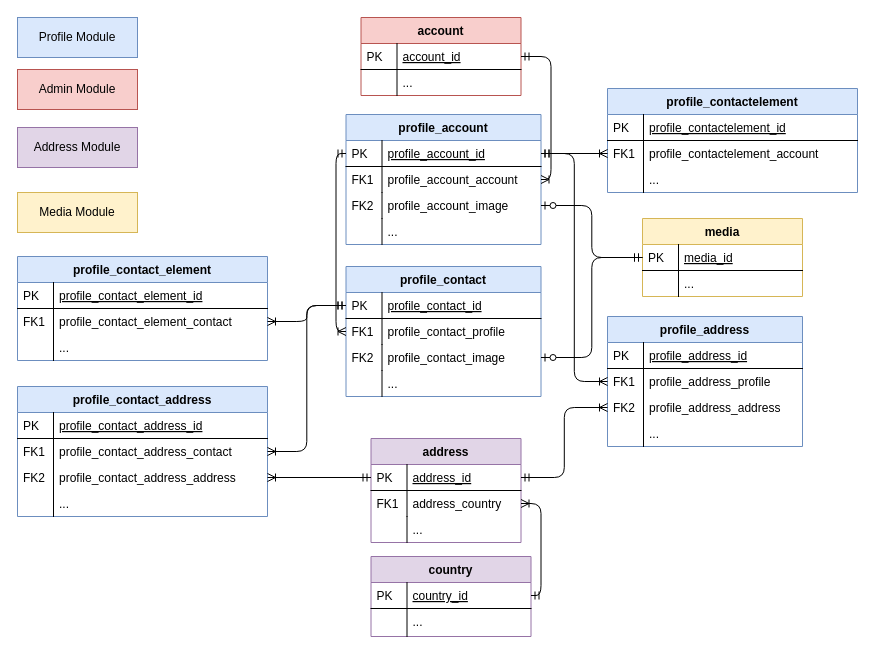
Earlier version of the draw.io diagram page "profile" (3 of 7) of app/UML.drawio (Karaka-Management/Assets). Source tidied: cells renumbered, new cells numbered last; positions are measured from the earlier drawing's top-left corner, leaving out a move shared by most shapes. Both pictures are drawn from the tidied source at 100%, with x=0, y=0 at pixel (17, 17).
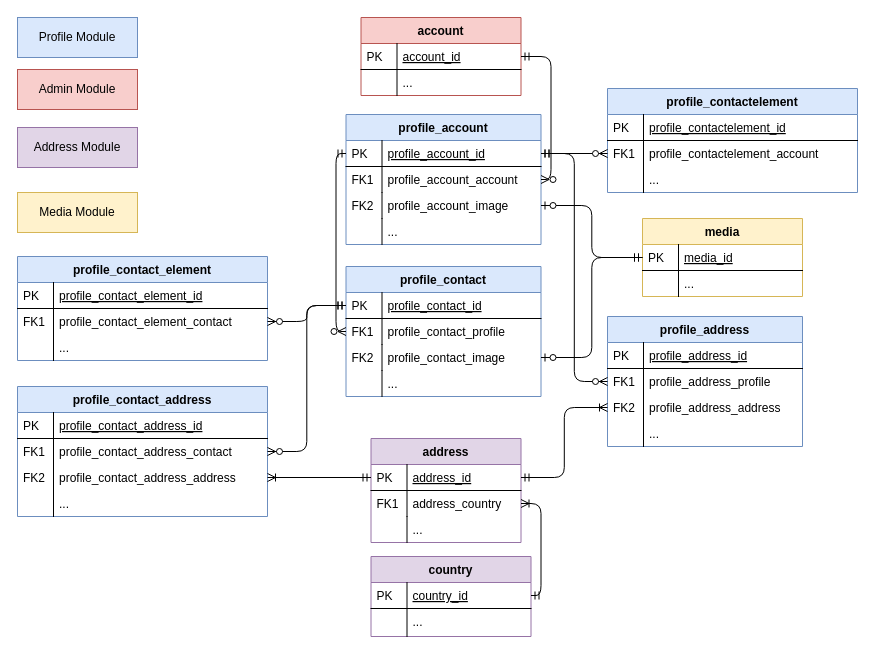
The same page after the edit.

The change refers to these unchanged cells:
```xml
<mxCell id="3" value="account_id" style="shape=partialRectangle;top=0;left=0;right=0;bottom=1;align=left;verticalAlign=top;fillColor=none;spacingLeft=40;spacingRight=4;overflow=hidden;points=[[0,0.5],[1,0.5]];portConstraint=eastwest;rounded=0;shadow=0;strokeWidth=1;fontStyle=4;" parent="2" vertex="1">
  <mxGeometry y="26" width="160" height="26" as="geometry" />
</mxCell>
<mxCell id="8" value="profile_account_id" style="shape=partialRectangle;top=0;left=0;right=0;bottom=1;align=left;verticalAlign=top;fillColor=none;spacingLeft=40;spacingRight=4;overflow=hidden;points=[[0,0.5],[1,0.5]];portConstraint=eastwest;rounded=0;shadow=0;strokeWidth=1;fontStyle=4;" parent="7" vertex="1">
  <mxGeometry y="26" width="195" height="26" as="geometry" />
</mxCell>
<mxCell id="10" value="profile_account_account" style="shape=partialRectangle;top=0;left=0;right=0;bottom=0;align=left;verticalAlign=top;fillColor=none;spacingLeft=40;spacingRight=4;overflow=hidden;points=[[0,0.5],[1,0.5]];portConstraint=eastwest;rounded=0;shadow=0;strokeWidth=1;" parent="7" vertex="1">
  <mxGeometry y="52" width="195" height="26" as="geometry" />
</mxCell>
<mxCell id="17" value="profile_contact_id" style="shape=partialRectangle;top=0;left=0;right=0;bottom=1;align=left;verticalAlign=top;fillColor=none;spacingLeft=40;spacingRight=4;overflow=hidden;points=[[0,0.5],[1,0.5]];portConstraint=eastwest;rounded=0;shadow=0;strokeWidth=1;fontStyle=4;" parent="16" vertex="1">
  <mxGeometry y="26" width="195" height="26" as="geometry" />
</mxCell>
<mxCell id="19" value="profile_contact_profile" style="shape=partialRectangle;top=0;left=0;right=0;bottom=0;align=left;verticalAlign=top;fillColor=none;spacingLeft=40;spacingRight=4;overflow=hidden;points=[[0,0.5],[1,0.5]];portConstraint=eastwest;rounded=0;shadow=0;strokeWidth=1;" parent="16" vertex="1">
  <mxGeometry y="52" width="195" height="26" as="geometry" />
</mxCell>
<mxCell id="28" value="profile_contact_element_contact" style="shape=partialRectangle;top=0;left=0;right=0;bottom=0;align=left;verticalAlign=top;fillColor=none;spacingLeft=40;spacingRight=4;overflow=hidden;points=[[0,0.5],[1,0.5]];portConstraint=eastwest;rounded=0;shadow=0;strokeWidth=1;" parent="25" vertex="1">
  <mxGeometry y="52" width="250" height="26" as="geometry" />
</mxCell>
<mxCell id="35" value="profile_contactelement_account" style="shape=partialRectangle;top=0;left=0;right=0;bottom=0;align=left;verticalAlign=top;fillColor=none;spacingLeft=40;spacingRight=4;overflow=hidden;points=[[0,0.5],[1,0.5]];portConstraint=eastwest;rounded=0;shadow=0;strokeWidth=1;" parent="32" vertex="1">
  <mxGeometry y="52" width="250" height="26" as="geometry" />
</mxCell>
<mxCell id="42" value="profile_address_profile" style="shape=partialRectangle;top=0;left=0;right=0;bottom=0;align=left;verticalAlign=top;fillColor=none;spacingLeft=40;spacingRight=4;overflow=hidden;points=[[0,0.5],[1,0.5]];portConstraint=eastwest;rounded=0;shadow=0;strokeWidth=1;" parent="39" vertex="1">
  <mxGeometry y="52" width="195" height="26" as="geometry" />
</mxCell>
<mxCell id="73" value="profile_contact_address_contact" style="shape=partialRectangle;top=0;left=0;right=0;bottom=0;align=left;verticalAlign=top;fillColor=none;spacingLeft=40;spacingRight=4;overflow=hidden;points=[[0,0.5],[1,0.5]];portConstraint=eastwest;rounded=0;shadow=0;strokeWidth=1;" parent="70" vertex="1">
  <mxGeometry y="52" width="250" height="26" as="geometry" />
</mxCell>
```

The edit, as a diff of the source:
```diff
@@
-    <mxCell id="64" style="edgeStyle=orthogonalEdgeStyle;fontSize=12;html=1;endArrow=ERoneToMany;startArrow=ERmandOne;entryX=1;entryY=0.5;entryDx=0;entryDy=0;exitX=1;exitY=0.5;exitDx=0;exitDy=0;" parent="1" edge="1" source="3" target="10">
+    <mxCell id="64" style="edgeStyle=orthogonalEdgeStyle;fontSize=12;html=1;endArrow=ERzeroToMany;startArrow=ERmandOne;entryX=1;entryY=0.5;entryDx=0;entryDy=0;exitX=1;exitY=0.5;exitDx=0;exitDy=0;endFill=1;" parent="1" edge="1" source="3" target="10">
       <mxGeometry relative="1" as="geometry" />
     </mxCell>
-    <mxCell id="65" style="edgeStyle=orthogonalEdgeStyle;fontSize=12;html=1;endArrow=ERoneToMany;startArrow=ERmandOne;entryX=0;entryY=0.5;entryDx=0;entryDy=0;exitX=0;exitY=0.5;exitDx=0;exitDy=0;" parent="1" edge="1" source="8" target="19">
+    <mxCell id="65" style="edgeStyle=orthogonalEdgeStyle;fontSize=12;html=1;endArrow=ERzeroToMany;startArrow=ERmandOne;entryX=0;entryY=0.5;entryDx=0;entryDy=0;exitX=0;exitY=0.5;exitDx=0;exitDy=0;endFill=1;" parent="1" edge="1" source="8" target="19">
       <mxGeometry relative="1" as="geometry" />
     </mxCell>
-    <mxCell id="66" style="fontSize=12;html=1;endArrow=ERoneToMany;startArrow=ERmandOne;entryX=1;entryY=0.5;entryDx=0;entryDy=0;exitX=0;exitY=0.5;exitDx=0;exitDy=0;edgeStyle=orthogonalEdgeStyle;" parent="1" edge="1" source="17" target="28">
+    <mxCell id="66" style="fontSize=12;html=1;endArrow=ERzeroToMany;startArrow=ERmandOne;entryX=1;entryY=0.5;entryDx=0;entryDy=0;exitX=0;exitY=0.5;exitDx=0;exitDy=0;edgeStyle=orthogonalEdgeStyle;endFill=1;" parent="1" edge="1" source="17" target="28">
       <mxGeometry relative="1" as="geometry" />
     </mxCell>
-    <mxCell id="67" style="edgeStyle=orthogonalEdgeStyle;fontSize=12;html=1;endArrow=ERoneToMany;startArrow=ERmandOne;entryX=0;entryY=0.5;entryDx=0;entryDy=0;exitX=1;exitY=0.5;exitDx=0;exitDy=0;" parent="1" edge="1" source="8" target="42">
+    <mxCell id="67" style="edgeStyle=orthogonalEdgeStyle;fontSize=12;html=1;endArrow=ERzeroToMany;startArrow=ERmandOne;entryX=0;entryY=0.5;entryDx=0;entryDy=0;exitX=1;exitY=0.5;exitDx=0;exitDy=0;endFill=1;" parent="1" edge="1" source="8" target="42">
       <mxGeometry relative="1" as="geometry" />
     </mxCell>
@@
-    <mxCell id="69" style="edgeStyle=orthogonalEdgeStyle;fontSize=12;html=1;endArrow=ERoneToMany;startArrow=ERmandOne;entryX=0;entryY=0.5;entryDx=0;entryDy=0;exitX=1;exitY=0.5;exitDx=0;exitDy=0;" parent="1" edge="1" source="8" target="35">
+    <mxCell id="69" style="edgeStyle=orthogonalEdgeStyle;fontSize=12;html=1;endArrow=ERzeroToMany;startArrow=ERmandOne;entryX=0;entryY=0.5;entryDx=0;entryDy=0;exitX=1;exitY=0.5;exitDx=0;exitDy=0;endFill=1;" parent="1" edge="1" source="8" target="35">
       <mxGeometry relative="1" as="geometry" />
     </mxCell>
@@
-    <mxCell id="79" style="fontSize=12;html=1;endArrow=ERoneToMany;startArrow=ERmandOne;entryX=1;entryY=0.5;entryDx=0;entryDy=0;exitX=0;exitY=0.5;exitDx=0;exitDy=0;edgeStyle=orthogonalEdgeStyle;" parent="1" edge="1" source="17" target="73">
+    <mxCell id="79" style="fontSize=12;html=1;endArrow=ERzeroToMany;startArrow=ERmandOne;entryX=1;entryY=0.5;entryDx=0;entryDy=0;exitX=0;exitY=0.5;exitDx=0;exitDy=0;edgeStyle=orthogonalEdgeStyle;endFill=1;" parent="1" edge="1" source="17" target="73">
       <mxGeometry relative="1" as="geometry" />
     </mxCell>
```
